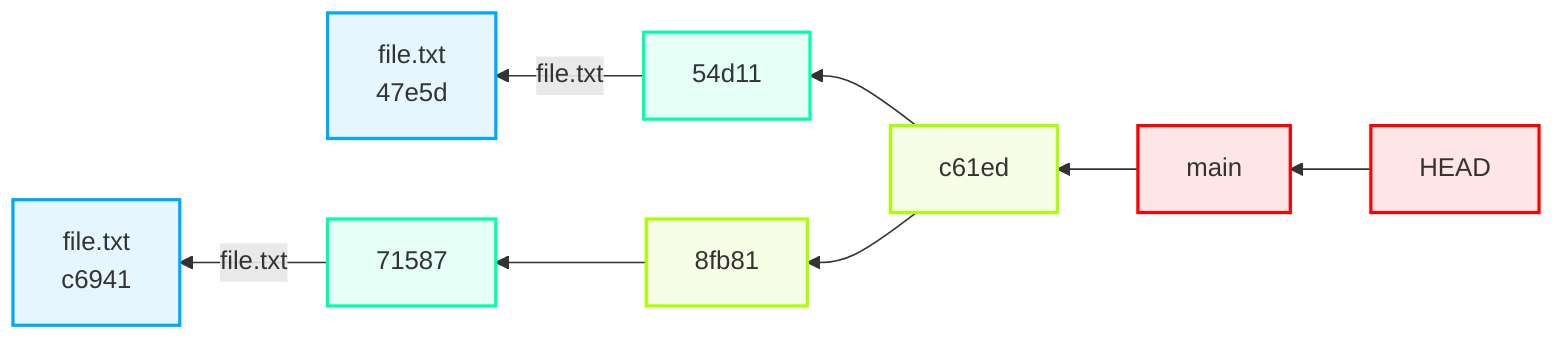
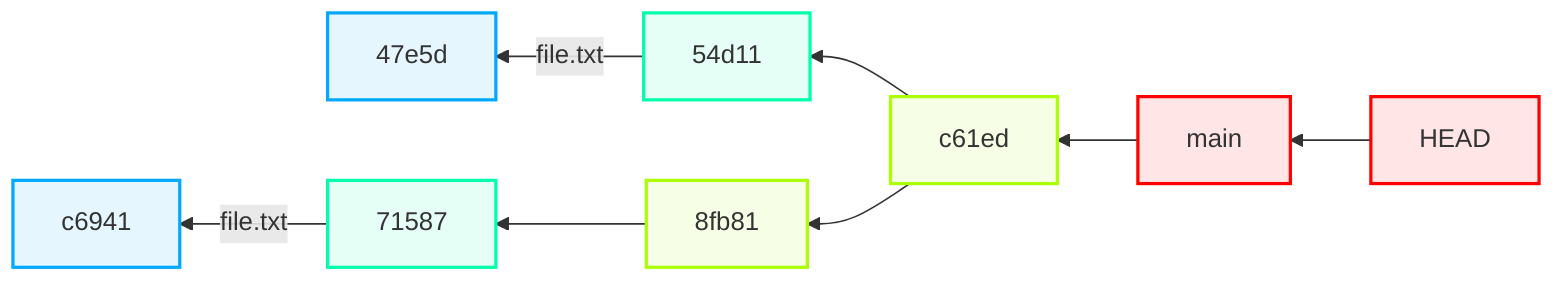
flowchart RL
    HEAD["HEAD"]
    refs_heads_main["main"]
    c61edbef2405d779b6f3a7bd006e68f095e7ed87["c61ed"]
    54d114dcd54f55e58d8b7dff2a1963d0d807b490["54d11"]
-     47e5d40a50f8db1524f5308633ae3f0d1de58619["file.txt<br/>47e5d"]
+     47e5d40a50f8db1524f5308633ae3f0d1de58619["47e5d"]
    8fb8112ef48db44d2d05e1764e69d43c68e16cf7["8fb81"]
    71587d436d19a3bab16924de049d5aba0e7e154c["71587"]
-     c694117fd4e76c22ae04348c15861413019aa03b["file.txt<br/>c6941"]
+     c694117fd4e76c22ae04348c15861413019aa03b["c6941"]
    HEAD --> refs_heads_main
    refs_heads_main --> c61edbef2405d779b6f3a7bd006e68f095e7ed87
    c61edbef2405d779b6f3a7bd006e68f095e7ed87 --> 54d114dcd54f55e58d8b7dff2a1963d0d807b490
    54d114dcd54f55e58d8b7dff2a1963d0d807b490 -->|"file.txt"| 47e5d40a50f8db1524f5308633ae3f0d1de58619
    c61edbef2405d779b6f3a7bd006e68f095e7ed87 --> 8fb8112ef48db44d2d05e1764e69d43c68e16cf7
    8fb8112ef48db44d2d05e1764e69d43c68e16cf7 --> 71587d436d19a3bab16924de049d5aba0e7e154c
    71587d436d19a3bab16924de049d5aba0e7e154c -->|"file.txt"| c694117fd4e76c22ae04348c15861413019aa03b
    style HEAD fill:#ffe5e5,stroke:#ff0000,stroke-width:2px
    style refs_heads_main fill:#ffe5e5,stroke:#ff0000,stroke-width:2px
    style c61edbef2405d779b6f3a7bd006e68f095e7ed87 fill:#f6ffe5,stroke:#aaff00,stroke-width:2px
    style 54d114dcd54f55e58d8b7dff2a1963d0d807b490 fill:#e5fff6,stroke:#00ffa9,stroke-width:2px
    style 47e5d40a50f8db1524f5308633ae3f0d1de58619 fill:#e5f6ff,stroke:#00a9ff,stroke-width:2px
    style 8fb8112ef48db44d2d05e1764e69d43c68e16cf7 fill:#f6ffe5,stroke:#aaff00,stroke-width:2px
    style 71587d436d19a3bab16924de049d5aba0e7e154c fill:#e5fff6,stroke:#00ffa9,stroke-width:2px
    style c694117fd4e76c22ae04348c15861413019aa03b fill:#e5f6ff,stroke:#00a9ff,stroke-width:2px
